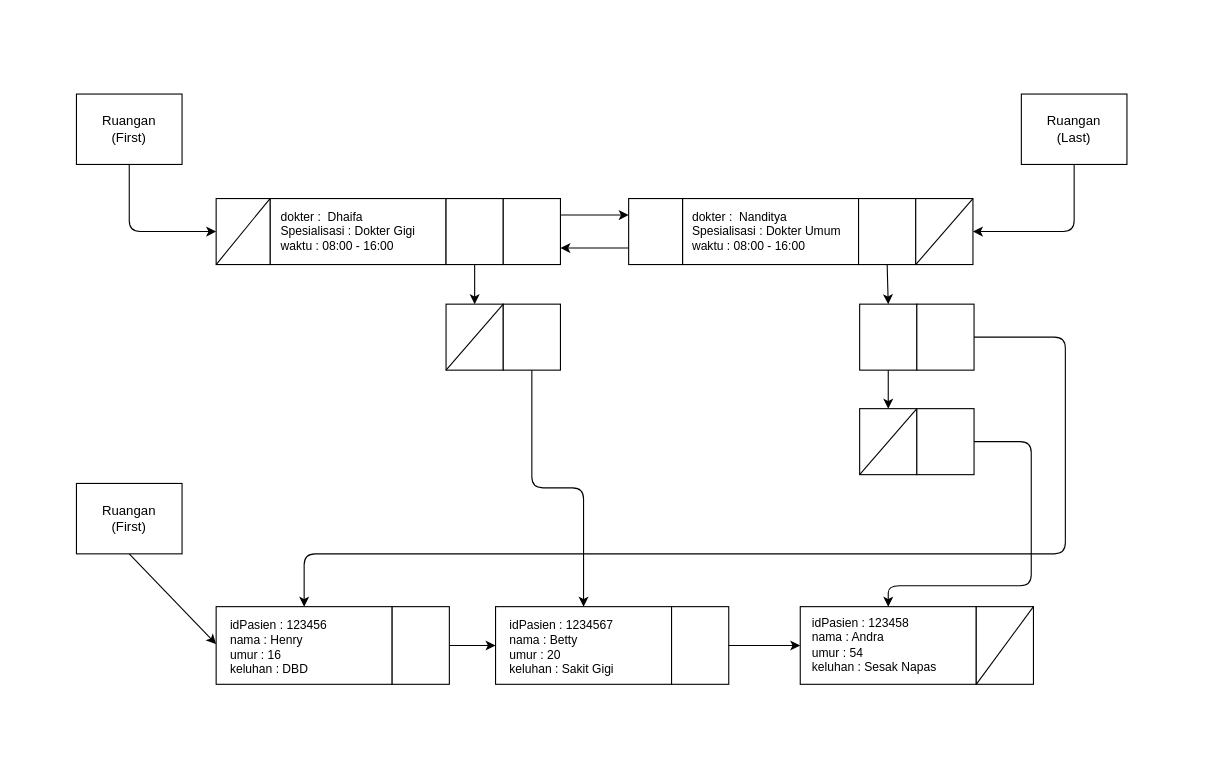
This is Diagram/Diagram.drawio from Kamize/TUBES-STD, a draw.io file, before an edit. Source tidied: cells renumbered, new cells numbered last; positions are measured from the earlier drawing's top-left corner, leaving out a move shared by most shapes. Both pictures are drawn from the tidied source at 110%, with x=0, y=0 at pixel (76, 94).
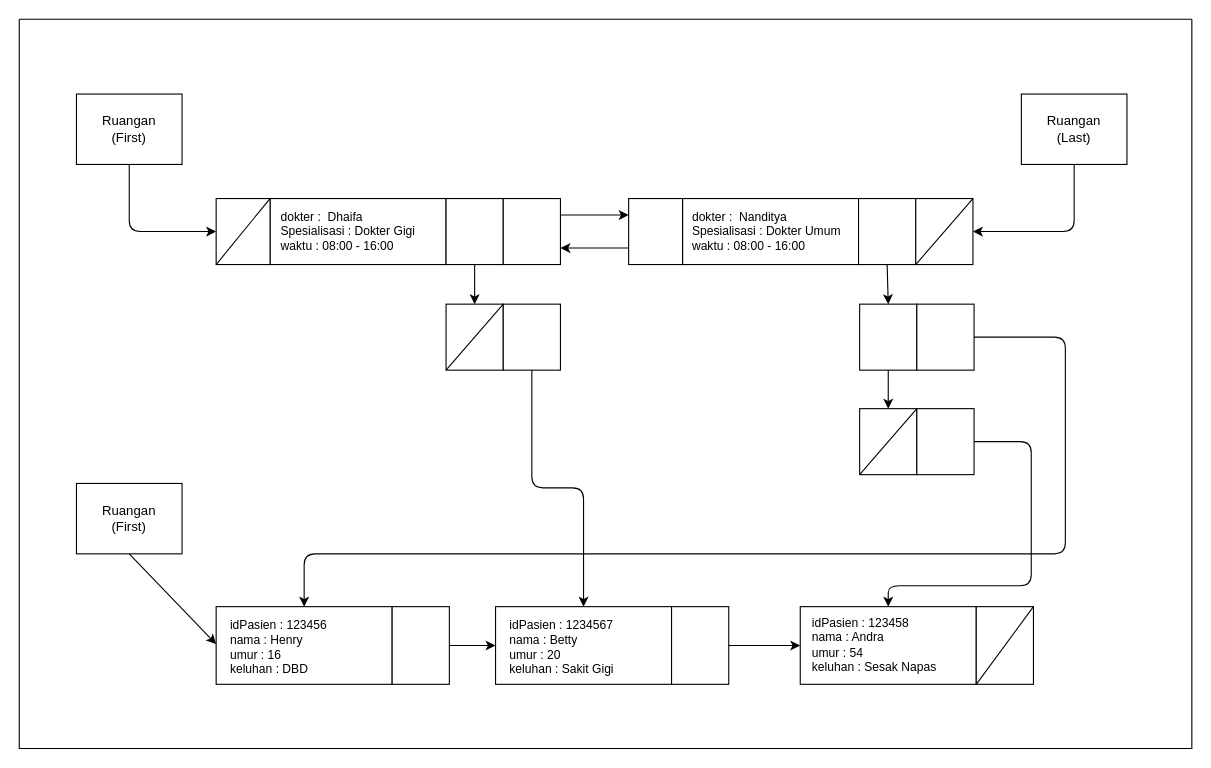
After the change.

Commit message (it also covers changes not shown here):
export diagram and try run the code

What changed in the source:
```diff
@@
+    <mxCell id="57" style="swimlane;startSize=0;" parent="1" vertex="1">
+      <mxGeometry x="-52" y="-68" width="1066" height="663" as="geometry" />
+    </mxCell>
```
